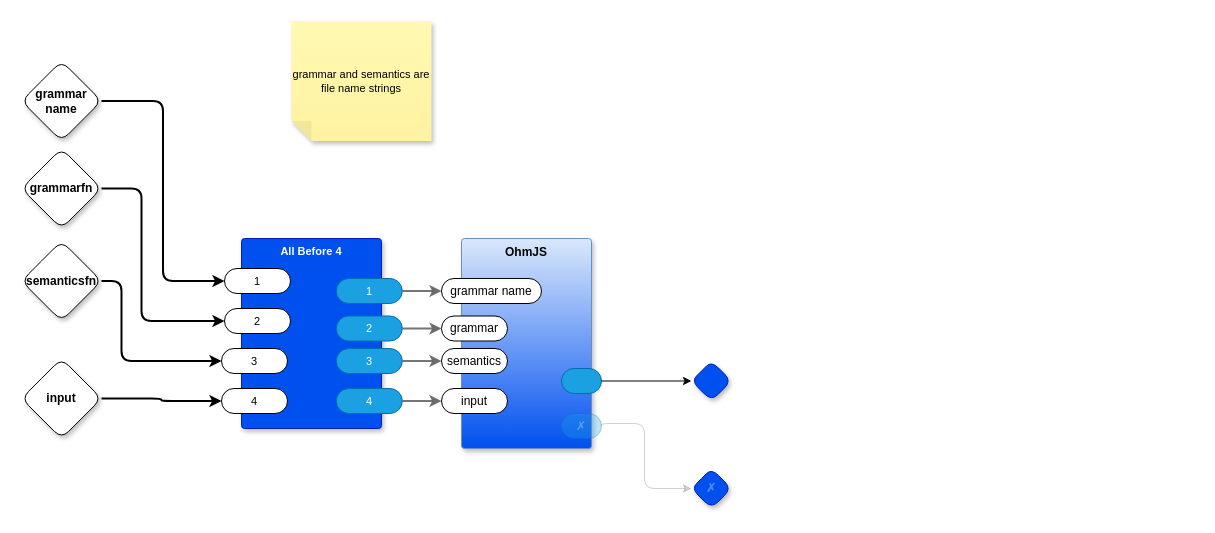
Before: page "Ohm (using file names)" (2 of 8) of python/std/transpile.drawio in guitarvydas/0D, a draw.io diagram. Source tidied: cells renumbered, new cells numbered last; positions are measured from the earlier drawing's top-left corner, leaving out a move shared by most shapes. Both pictures are drawn from the tidied source at 100%, with x=0, y=0 at pixel (21, 20).
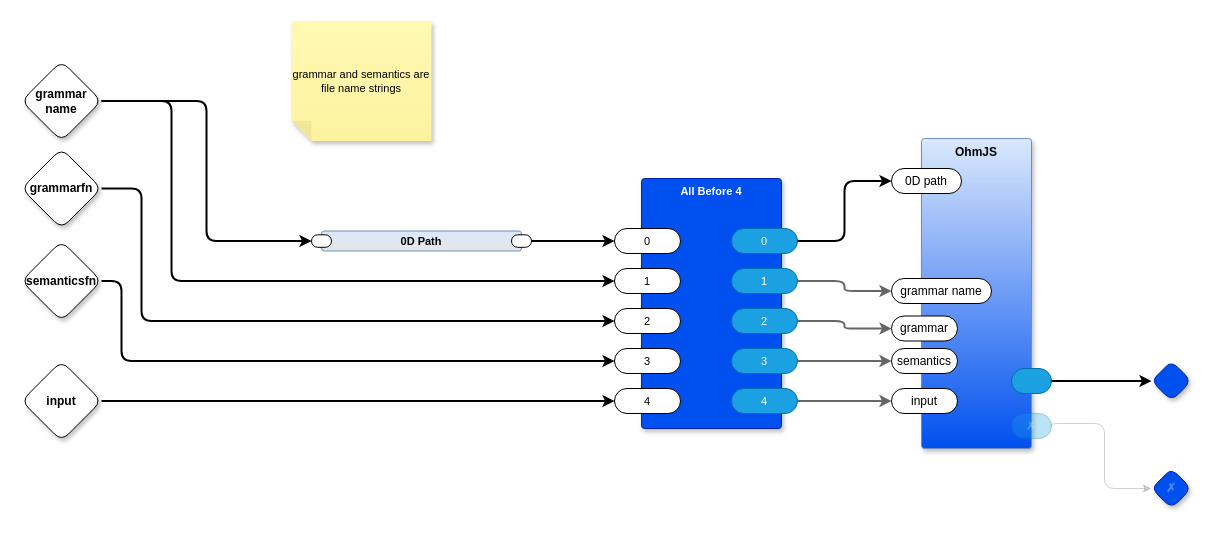
The same diagram, later.

Unchanged cells that the change refers to:
```xml
<mxCell id="12" value="grammar name" style="rhombus;whiteSpace=wrap;html=1;rounded=1;fontStyle=1;glass=0;sketch=0;fontSize=12;points=[[0,0.5,0,0,0],[0.5,0,0,0,0],[0.5,1,0,0,0],[1,0.5,0,0,0]];shadow=1;fontFamily=Helvetica;fontColor=default;" parent="1" vertex="1">
  <mxGeometry y="40.5" width="80" height="80" as="geometry" />
</mxCell>
```

What changed in the source:
```diff
@@
     <mxCell id="2" value="OhmJS" style="rounded=1;whiteSpace=wrap;html=1;sketch=0;verticalAlign=top;arcSize=6;fontStyle=1;absoluteArcSize=1;shadow=1;strokeColor=#6c8ebf;fillColor=#dae8fc;gradientColor=#0050EF;" parent="1" vertex="1">
-      <mxGeometry x="440" y="218" width="130" height="210" as="geometry" />
+      <mxGeometry x="900" y="118" width="110" height="310" as="geometry" />
     </mxCell>
     <mxCell id="3" value="grammar" style="rounded=1;whiteSpace=wrap;html=1;sketch=0;points=[[0,0.5,0,0,0],[1,0.5,0,0,0]];arcSize=50;" parent="2" vertex="1">
-      <mxGeometry x="-20" y="77.5" width="66" height="25" as="geometry" />
+      <mxGeometry x="-30" y="177.5" width="66" height="25" as="geometry" />
     </mxCell>
     <mxCell id="4" value="semantics" style="rounded=1;whiteSpace=wrap;html=1;sketch=0;points=[[0,0.5,0,0,0],[1,0.5,0,0,0]];arcSize=50;" parent="2" vertex="1">
-      <mxGeometry x="-20" y="110" width="66" height="25" as="geometry" />
+      <mxGeometry x="-30" y="210" width="66" height="25" as="geometry" />
     </mxCell>
     <mxCell id="5" value="grammar name" style="rounded=1;whiteSpace=wrap;html=1;sketch=0;points=[[0,0.5,0,0,0],[1,0.5,0,0,0]];arcSize=50;" parent="2" vertex="1">
-      <mxGeometry x="-20" y="40" width="100" height="25" as="geometry" />
+      <mxGeometry x="-30" y="140" width="100" height="25" as="geometry" />
     </mxCell>
     <mxCell id="6" value="input" style="rounded=1;whiteSpace=wrap;html=1;sketch=0;points=[[0,0.5,0,0,0],[1,0.5,0,0,0]];arcSize=50;" parent="2" vertex="1">
-      <mxGeometry x="-20" y="150" width="66" height="25" as="geometry" />
+      <mxGeometry x="-30" y="250" width="66" height="25" as="geometry" />
     </mxCell>
     <mxCell id="7" style="rounded=1;whiteSpace=wrap;html=1;sketch=0;points=[[0,0.5,0,0,0],[1,0.5,0,0,0]];fillColor=#1ba1e2;fontColor=#ffffff;strokeColor=#006EAF;arcSize=50;" parent="2" vertex="1">
-      <mxGeometry x="100" y="130" width="40" height="25" as="geometry" />
+      <mxGeometry x="90" y="230" width="40" height="25" as="geometry" />
     </mxCell>
     <mxCell id="8" value="✗" style="rounded=1;whiteSpace=wrap;html=1;sketch=0;points=[[0,0.5,0,0,0],[1,0.5,0,0,0]];fillColor=#1ba1e2;fontColor=#ffffff;strokeColor=#006EAF;arcSize=50;opacity=30;textOpacity=30;" parent="2" vertex="1">
-      <mxGeometry x="100" y="175" width="40" height="25" as="geometry" />
+      <mxGeometry x="90" y="275" width="40" height="25" as="geometry" />
     </mxCell>
+    <mxCell id="35" value="0D path" style="rounded=1;whiteSpace=wrap;html=1;sketch=0;points=[[0,0.5,0,0,0],[1,0.5,0,0,0]];arcSize=50;" parent="2" vertex="1">
+      <mxGeometry x="-30" y="30" width="70" height="25" as="geometry" />
+    </mxCell>
@@
     <mxCell id="10" style="rhombus;whiteSpace=wrap;html=1;rounded=1;fillColor=#0050ef;fontColor=#ffffff;strokeColor=#001DBC;fontStyle=1;glass=0;sketch=0;fontSize=12;points=[[0,0.5,0,0,0],[0.5,0,0,0,0],[0.5,1,0,0,0],[1,0.5,0,0,0]];shadow=1;fontFamily=Helvetica;" parent="1" vertex="1">
-      <mxGeometry x="670" y="340.5" width="40" height="40" as="geometry" />
+      <mxGeometry x="1130" y="340.5" width="40" height="40" as="geometry" />
     </mxCell>
@@
     <mxCell id="13" value="input" style="rhombus;whiteSpace=wrap;html=1;rounded=1;fontStyle=1;glass=0;sketch=0;fontSize=12;points=[[0,0.5,0,0,0],[0.5,0,0,0,0],[0.5,1,0,0,0],[1,0.5,0,0,0]];shadow=1;fontFamily=Helvetica;fontColor=default;" parent="1" vertex="1">
-      <mxGeometry y="338" width="80" height="80" as="geometry" />
+      <mxGeometry y="340.5" width="80" height="80" as="geometry" />
     </mxCell>
     <mxCell id="14" value="✗" style="rhombus;whiteSpace=wrap;html=1;rounded=1;fillColor=#0050ef;fontColor=#ffffff;strokeColor=#001DBC;fontStyle=1;glass=0;sketch=0;fontSize=12;points=[[0,0.5,0,0,0],[0.5,0,0,0,0],[0.5,1,0,0,0],[1,0.5,0,0,0]];shadow=1;fontFamily=Helvetica;textOpacity=30;" parent="1" vertex="1">
-      <mxGeometry x="670" y="448" width="40" height="40" as="geometry" />
+      <mxGeometry x="1130" y="448" width="40" height="40" as="geometry" />
     </mxCell>
     <mxCell id="15" style="edgeStyle=orthogonalEdgeStyle;shape=connector;rounded=1;jumpStyle=arc;jettySize=auto;html=1;exitX=1;exitY=0.5;exitDx=0;exitDy=0;exitPerimeter=0;entryX=0;entryY=0.5;entryDx=0;entryDy=0;entryPerimeter=0;labelBackgroundColor=default;strokeColor=#666666;strokeWidth=1;fontFamily=Helvetica;fontSize=1;fontColor=default;endArrow=classic;fillColor=#f5f5f5;opacity=30;textOpacity=30;" parent="1" edge="1" source="8" target="14">
       <mxGeometry relative="1" as="geometry">
         <Array as="points">
-          <mxPoint x="623" y="403" />
-          <mxPoint x="623" y="468" />
+          <mxPoint x="1083" y="403" />
+          <mxPoint x="1083" y="468" />
         </Array>
       </mxGeometry>
     </mxCell>
     <mxCell id="16" value="All Before 4" style="rounded=1;whiteSpace=wrap;html=1;sketch=0;verticalAlign=top;arcSize=6;fontStyle=1;absoluteArcSize=1;shadow=1;strokeColor=#001DBC;fillColor=#0050ef;fontColor=#ffffff;fontFamily=Helvetica;fontSize=11;" parent="1" vertex="1">
-      <mxGeometry x="220" y="218" width="140" height="190" as="geometry" />
+      <mxGeometry x="620" y="158" width="140" height="250" as="geometry" />
     </mxCell>
+    <mxCell id="36" value="0" style="rounded=1;whiteSpace=wrap;html=1;sketch=0;points=[[0,0.5,0,0,0],[1,0.5,0,0,0]];arcSize=50;fontFamily=Helvetica;fontSize=11;fontColor=default;" parent="16" vertex="1">
+      <mxGeometry x="-27" y="50" width="66" height="25" as="geometry" />
+    </mxCell>
+    <mxCell id="37" value="0" style="rounded=1;whiteSpace=wrap;html=1;sketch=0;points=[[0,0.5,0,0,0],[1,0.5,0,0,0]];fillColor=#1ba1e2;fontColor=#ffffff;strokeColor=#006EAF;arcSize=50;fontFamily=Helvetica;fontSize=11;" parent="16" vertex="1">
+      <mxGeometry x="90" y="50" width="66" height="25" as="geometry" />
+    </mxCell>
+    <mxCell id="20" value="1" style="rounded=1;whiteSpace=wrap;html=1;sketch=0;points=[[0,0.5,0,0,0],[1,0.5,0,0,0]];fillColor=#1ba1e2;fontColor=#ffffff;strokeColor=#006EAF;arcSize=50;fontFamily=Helvetica;fontSize=11;" parent="16" vertex="1">
+      <mxGeometry x="90" y="90" width="66" height="25" as="geometry" />
+    </mxCell>
+    <mxCell id="19" value="2" style="rounded=1;whiteSpace=wrap;html=1;sketch=0;points=[[0,0.5,0,0,0],[1,0.5,0,0,0]];fillColor=#1ba1e2;fontColor=#ffffff;strokeColor=#006EAF;arcSize=50;fontFamily=Helvetica;fontSize=11;" parent="16" vertex="1">
+      <mxGeometry x="90" y="130" width="66" height="25" as="geometry" />
+    </mxCell>
+    <mxCell id="24" value="3" style="rounded=1;whiteSpace=wrap;html=1;sketch=0;points=[[0,0.5,0,0,0],[1,0.5,0,0,0]];fillColor=#1ba1e2;fontColor=#ffffff;strokeColor=#006EAF;arcSize=50;fontFamily=Helvetica;fontSize=11;" parent="16" vertex="1">
+      <mxGeometry x="90" y="170" width="66" height="25" as="geometry" />
+    </mxCell>
+    <mxCell id="23" value="4" style="rounded=1;whiteSpace=wrap;html=1;sketch=0;points=[[0,0.5,0,0,0],[1,0.5,0,0,0]];fillColor=#1ba1e2;fontColor=#ffffff;strokeColor=#006EAF;arcSize=50;fontFamily=Helvetica;fontSize=11;" parent="16" vertex="1">
+      <mxGeometry x="90" y="210" width="66" height="25" as="geometry" />
+    </mxCell>
     <mxCell id="17" value="1" style="rounded=1;whiteSpace=wrap;html=1;sketch=0;points=[[0,0.5,0,0,0],[1,0.5,0,0,0]];arcSize=50;fontFamily=Helvetica;fontSize=11;fontColor=default;" parent="16" vertex="1">
-      <mxGeometry x="-17" y="30" width="66" height="25" as="geometry" />
+      <mxGeometry x="-27" y="90" width="66" height="25" as="geometry" />
     </mxCell>
     <mxCell id="18" value="2" style="rounded=1;whiteSpace=wrap;html=1;sketch=0;points=[[0,0.5,0,0,0],[1,0.5,0,0,0]];arcSize=50;fontFamily=Helvetica;fontSize=11;fontColor=default;" parent="16" vertex="1">
-      <mxGeometry x="-17" y="70" width="66" height="25" as="geometry" />
+      <mxGeometry x="-27" y="130" width="66" height="25" as="geometry" />
     </mxCell>
-    <mxCell id="19" value="2" style="rounded=1;whiteSpace=wrap;html=1;sketch=0;points=[[0,0.5,0,0,0],[1,0.5,0,0,0]];fillColor=#1ba1e2;fontColor=#ffffff;strokeColor=#006EAF;arcSize=50;fontFamily=Helvetica;fontSize=11;" parent="16" vertex="1">
-      <mxGeometry x="94.8" y="77.5" width="66" height="25" as="geometry" />
-    </mxCell>
-    <mxCell id="20" value="1" style="rounded=1;whiteSpace=wrap;html=1;sketch=0;points=[[0,0.5,0,0,0],[1,0.5,0,0,0]];fillColor=#1ba1e2;fontColor=#ffffff;strokeColor=#006EAF;arcSize=50;fontFamily=Helvetica;fontSize=11;" parent="16" vertex="1">
-      <mxGeometry x="94.8" y="40" width="66" height="25" as="geometry" />
-    </mxCell>
     <mxCell id="21" value="3" style="rounded=1;whiteSpace=wrap;html=1;sketch=0;points=[[0,0.5,0,0,0],[1,0.5,0,0,0]];arcSize=50;fontFamily=Helvetica;fontSize=11;fontColor=default;" parent="16" vertex="1">
-      <mxGeometry x="-20" y="110" width="66" height="25" as="geometry" />
+      <mxGeometry x="-27" y="170" width="66" height="25" as="geometry" />
     </mxCell>
     <mxCell id="22" value="4" style="rounded=1;whiteSpace=wrap;html=1;sketch=0;points=[[0,0.5,0,0,0],[1,0.5,0,0,0]];arcSize=50;fontFamily=Helvetica;fontSize=11;fontColor=default;" parent="16" vertex="1">
-      <mxGeometry x="-20" y="150" width="66" height="25" as="geometry" />
+      <mxGeometry x="-27" y="210" width="66" height="25" as="geometry" />
     </mxCell>
-    <mxCell id="23" value="4" style="rounded=1;whiteSpace=wrap;html=1;sketch=0;points=[[0,0.5,0,0,0],[1,0.5,0,0,0]];fillColor=#1ba1e2;fontColor=#ffffff;strokeColor=#006EAF;arcSize=50;fontFamily=Helvetica;fontSize=11;" parent="16" vertex="1">
-      <mxGeometry x="94.8" y="150" width="66" height="25" as="geometry" />
-    </mxCell>
-    <mxCell id="24" value="3" style="rounded=1;whiteSpace=wrap;html=1;sketch=0;points=[[0,0.5,0,0,0],[1,0.5,0,0,0]];fillColor=#1ba1e2;fontColor=#ffffff;strokeColor=#006EAF;arcSize=50;fontFamily=Helvetica;fontSize=11;" parent="16" vertex="1">
-      <mxGeometry x="94.8" y="110" width="66" height="25" as="geometry" />
-    </mxCell>
-    <mxCell id="25" style="edgeStyle=orthogonalEdgeStyle;shape=connector;rounded=1;jumpStyle=arc;jettySize=auto;html=1;exitX=1;exitY=0.5;exitDx=0;exitDy=0;exitPerimeter=0;entryX=0;entryY=0.5;entryDx=0;entryDy=0;entryPerimeter=0;labelBackgroundColor=default;strokeColor=#666666;strokeWidth=2;fontFamily=Helvetica;fontSize=11;fontColor=default;endArrow=classic;fillColor=#f5f5f5;opacity=90;" parent="1" edge="1" source="20" target="5">
+    <mxCell id="25" style="edgeStyle=orthogonalEdgeStyle;shape=connector;rounded=1;jumpStyle=arc;jettySize=auto;html=1;exitX=1;exitY=0.5;exitDx=0;exitDy=0;exitPerimeter=0;entryX=0;entryY=0.5;entryDx=0;entryDy=0;entryPerimeter=0;labelBackgroundColor=default;strokeColor=#666666;strokeWidth=2;fontFamily=Helvetica;fontSize=11;fontColor=default;endArrow=classic;fillColor=#f5f5f5;" parent="1" edge="1" source="20" target="5">
       <mxGeometry relative="1" as="geometry" />
     </mxCell>
-    <mxCell id="26" style="edgeStyle=orthogonalEdgeStyle;shape=connector;rounded=1;jumpStyle=arc;jettySize=auto;html=1;exitX=1;exitY=0.5;exitDx=0;exitDy=0;exitPerimeter=0;entryX=0;entryY=0.5;entryDx=0;entryDy=0;entryPerimeter=0;labelBackgroundColor=default;strokeColor=#666666;strokeWidth=2;fontFamily=Helvetica;fontSize=11;fontColor=default;endArrow=classic;fillColor=#f5f5f5;opacity=90;" parent="1" edge="1" source="24" target="4">
+    <mxCell id="26" style="edgeStyle=orthogonalEdgeStyle;shape=connector;rounded=1;jumpStyle=arc;jettySize=auto;html=1;exitX=1;exitY=0.5;exitDx=0;exitDy=0;exitPerimeter=0;entryX=0;entryY=0.5;entryDx=0;entryDy=0;entryPerimeter=0;labelBackgroundColor=default;strokeColor=#666666;strokeWidth=2;fontFamily=Helvetica;fontSize=11;fontColor=default;endArrow=classic;fillColor=#f5f5f5;" parent="1" edge="1" source="24" target="4">
       <mxGeometry relative="1" as="geometry" />
     </mxCell>
-    <mxCell id="27" style="edgeStyle=orthogonalEdgeStyle;shape=connector;rounded=1;jumpStyle=arc;jettySize=auto;html=1;exitX=1;exitY=0.5;exitDx=0;exitDy=0;exitPerimeter=0;entryX=0;entryY=0.5;entryDx=0;entryDy=0;entryPerimeter=0;labelBackgroundColor=default;strokeColor=#666666;strokeWidth=2;fontFamily=Helvetica;fontSize=11;fontColor=default;endArrow=classic;fillColor=#f5f5f5;opacity=90;" parent="1" edge="1" source="23" target="6">
+    <mxCell id="27" style="edgeStyle=orthogonalEdgeStyle;shape=connector;rounded=1;jumpStyle=arc;jettySize=auto;html=1;exitX=1;exitY=0.5;exitDx=0;exitDy=0;exitPerimeter=0;entryX=0;entryY=0.5;entryDx=0;entryDy=0;entryPerimeter=0;labelBackgroundColor=default;strokeColor=#666666;strokeWidth=2;fontFamily=Helvetica;fontSize=11;fontColor=default;endArrow=classic;fillColor=#f5f5f5;" parent="1" edge="1" source="23" target="6">
       <mxGeometry relative="1" as="geometry" />
     </mxCell>
-    <mxCell id="28" style="edgeStyle=orthogonalEdgeStyle;shape=connector;rounded=1;jumpStyle=arc;jettySize=auto;html=1;exitX=1;exitY=0.5;exitDx=0;exitDy=0;exitPerimeter=0;entryX=0;entryY=0.5;entryDx=0;entryDy=0;entryPerimeter=0;labelBackgroundColor=default;strokeColor=#666666;strokeWidth=2;fontFamily=Helvetica;fontSize=11;fontColor=default;endArrow=classic;fillColor=#f5f5f5;opacity=90;" parent="1" edge="1" source="19" target="3">
+    <mxCell id="28" style="edgeStyle=orthogonalEdgeStyle;shape=connector;rounded=1;jumpStyle=arc;jettySize=auto;html=1;exitX=1;exitY=0.5;exitDx=0;exitDy=0;exitPerimeter=0;entryX=0;entryY=0.5;entryDx=0;entryDy=0;entryPerimeter=0;labelBackgroundColor=default;strokeColor=#666666;strokeWidth=2;fontFamily=Helvetica;fontSize=11;fontColor=default;endArrow=classic;fillColor=#f5f5f5;" parent="1" edge="1" source="19" target="3">
       <mxGeometry relative="1" as="geometry" />
     </mxCell>
@@
     <mxCell id="31" style="edgeStyle=orthogonalEdgeStyle;shape=connector;rounded=1;jettySize=auto;html=1;exitX=1;exitY=0.5;exitDx=0;exitDy=0;exitPerimeter=0;entryX=0;entryY=0.5;entryDx=0;entryDy=0;entryPerimeter=0;labelBackgroundColor=default;strokeColor=default;strokeWidth=2;align=center;verticalAlign=middle;fontFamily=Helvetica;fontSize=11;fontColor=default;endArrow=classic;" parent="1" edge="1" source="12" target="17">
-      <mxGeometry relative="1" as="geometry" />
+      <mxGeometry relative="1" as="geometry">
+        <Array as="points">
+          <mxPoint x="150" y="81" />
+          <mxPoint x="150" y="261" />
+        </Array>
+      </mxGeometry>
     </mxCell>
@@
-    <mxCell id="34" style="edgeStyle=orthogonalEdgeStyle;rounded=1;jettySize=auto;html=1;exitX=1;exitY=0.5;exitDx=0;exitDy=0;exitPerimeter=0;entryX=0;entryY=0.5;entryDx=0;entryDy=0;entryPerimeter=0;curved=0;" parent="1" edge="1" source="7" target="10">
+    <mxCell id="34" style="edgeStyle=orthogonalEdgeStyle;rounded=1;jettySize=auto;html=1;exitX=1;exitY=0.5;exitDx=0;exitDy=0;exitPerimeter=0;entryX=0;entryY=0.5;entryDx=0;entryDy=0;entryPerimeter=0;curved=0;strokeWidth=2;" parent="1" edge="1" source="7" target="10">
       <mxGeometry relative="1" as="geometry" />
     </mxCell>
+    <mxCell id="38" value="0D Path" style="rounded=1;whiteSpace=wrap;html=1;sketch=0;verticalAlign=middle;arcSize=6;fontStyle=1;absoluteArcSize=1;shadow=0;strokeColor=#6c8ebf;fillColor=#dae8fc;fontFamily=Helvetica;fontSize=11;gradientColor=#E6E6E6;" parent="1" vertex="1">
+      <mxGeometry x="300" y="210.5" width="200" height="20" as="geometry" />
+    </mxCell>
+    <mxCell id="39" style="rounded=1;whiteSpace=wrap;html=1;sketch=0;points=[[0,0.5,0,0,0],[1,0.5,0,0,0]];arcSize=50;fontFamily=Helvetica;fontSize=11;fontColor=default;" parent="38" vertex="1">
+      <mxGeometry x="190" y="3.8" width="20" height="12.5" as="geometry" />
+    </mxCell>
+    <mxCell id="40" style="rounded=1;whiteSpace=wrap;html=1;sketch=0;points=[[0,0.5,0,0,0],[1,0.5,0,0,0]];arcSize=50;fontFamily=Helvetica;fontSize=11;fontColor=default;" parent="38" vertex="1">
+      <mxGeometry x="-10" y="3.8" width="20" height="12.5" as="geometry" />
+    </mxCell>
+    <mxCell id="41" style="edgeStyle=orthogonalEdgeStyle;curved=0;rounded=1;jettySize=auto;html=1;exitX=1;exitY=0.5;exitDx=0;exitDy=0;exitPerimeter=0;entryX=0;entryY=0.5;entryDx=0;entryDy=0;entryPerimeter=0;strokeColor=default;strokeWidth=2;align=center;verticalAlign=middle;fontFamily=Helvetica;fontSize=11;fontColor=default;labelBackgroundColor=default;endArrow=classic;" parent="1" edge="1" source="37" target="35">
+      <mxGeometry relative="1" as="geometry" />
+    </mxCell>
+    <mxCell id="42" style="edgeStyle=orthogonalEdgeStyle;curved=0;rounded=1;jettySize=auto;html=1;exitX=1;exitY=0.5;exitDx=0;exitDy=0;exitPerimeter=0;entryX=0;entryY=0.5;entryDx=0;entryDy=0;entryPerimeter=0;strokeColor=default;strokeWidth=2;align=center;verticalAlign=middle;fontFamily=Helvetica;fontSize=11;fontColor=default;labelBackgroundColor=default;endArrow=classic;" parent="1" edge="1" source="12" target="40">
+      <mxGeometry relative="1" as="geometry" />
+    </mxCell>
+    <mxCell id="43" style="edgeStyle=orthogonalEdgeStyle;curved=0;rounded=1;jettySize=auto;html=1;exitX=1;exitY=0.5;exitDx=0;exitDy=0;exitPerimeter=0;entryX=0;entryY=0.5;entryDx=0;entryDy=0;entryPerimeter=0;strokeColor=default;strokeWidth=2;align=center;verticalAlign=middle;fontFamily=Helvetica;fontSize=11;fontColor=default;labelBackgroundColor=default;endArrow=classic;" parent="1" edge="1" source="39" target="36">
+      <mxGeometry relative="1" as="geometry" />
+    </mxCell>
```
